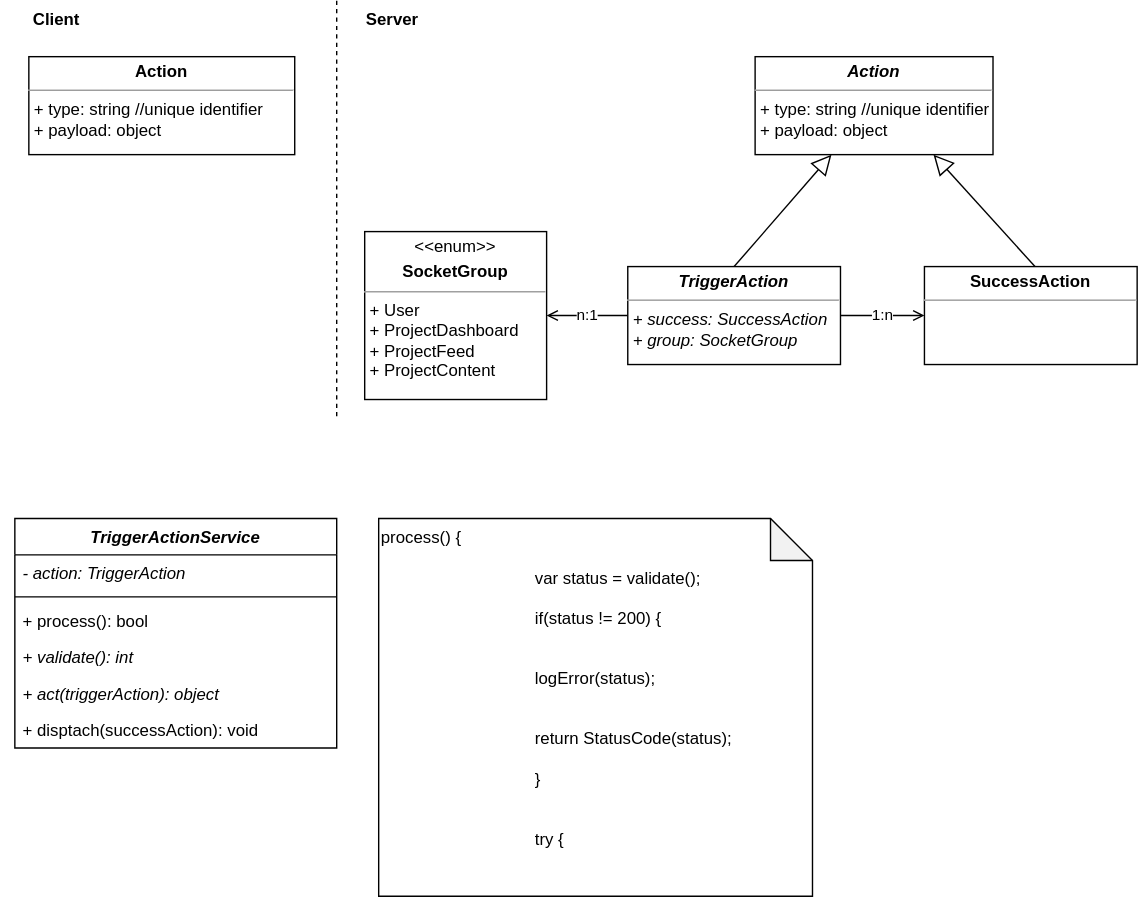
Before: draw-io-files/y-redux-socket-actions.svg, a diagram exported from draw.io (RStolzlechner/bachelor-y-redux-socket). Source tidied: cells renumbered, new cells last; positions are measured from the earlier drawing's top-left corner, leaving out a move shared by most shapes.
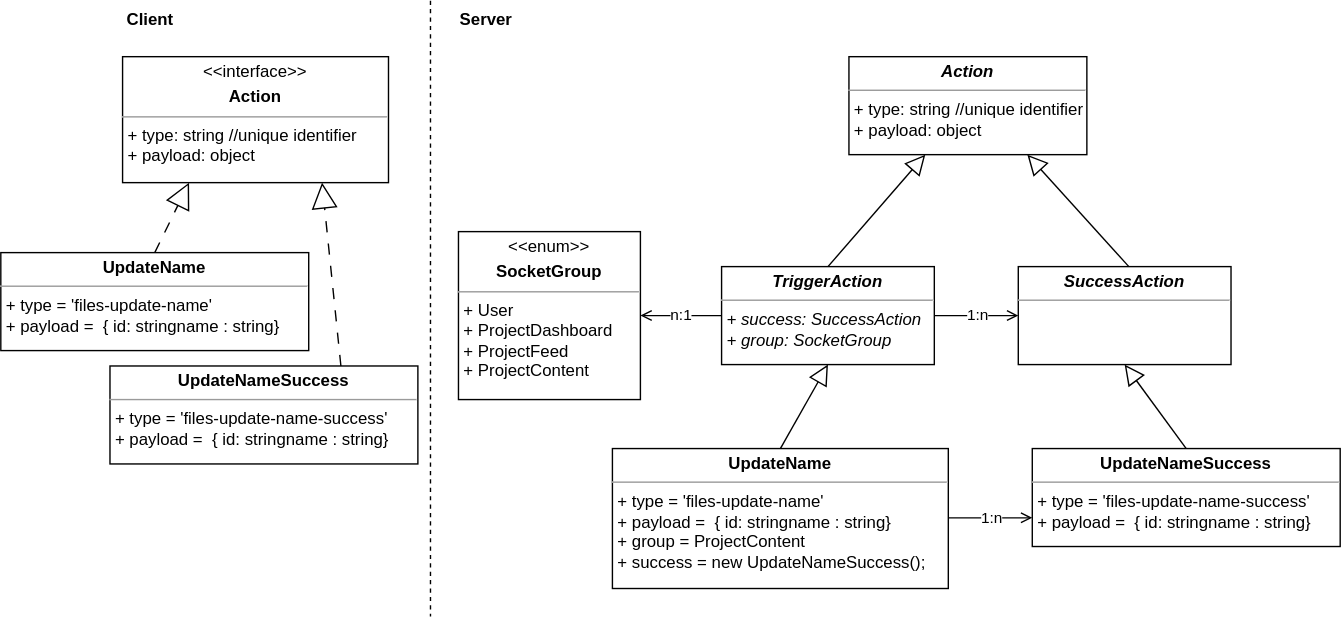
After the change.

The edit, as a diff of the source:
```diff
@@ -2,8 +2,8 @@
   <root>
     <mxCell id="0" />
     <mxCell id="1" parent="0" />
-    <mxCell id="2" value="&lt;p style=&quot;margin:0px;margin-top:4px;text-align:center;&quot;&gt;&lt;b&gt;Action&lt;/b&gt;&lt;/p&gt;&lt;hr size=&quot;1&quot;&gt;&lt;p style=&quot;margin:0px;margin-left:4px;&quot;&gt;+ type: string //unique identifier&lt;br&gt;+ payload: object&amp;nbsp;&lt;/p&gt;" style="verticalAlign=top;align=left;overflow=fill;fontSize=12;fontFamily=Helvetica;html=1;" parent="1" vertex="1">
-      <mxGeometry x="20" y="40" width="190" height="70" as="geometry" />
+    <mxCell id="2" value="&lt;p style=&quot;margin:0px;margin-top:4px;text-align:center;&quot;&gt;&amp;lt;&amp;lt;interface&amp;gt;&amp;gt;&lt;/p&gt;&lt;p style=&quot;margin:0px;margin-top:4px;text-align:center;&quot;&gt;&lt;b&gt;Action&lt;/b&gt;&lt;/p&gt;&lt;hr size=&quot;1&quot;&gt;&lt;p style=&quot;margin:0px;margin-left:4px;&quot;&gt;+ type: string //unique identifier&lt;br&gt;+ payload: object&amp;nbsp;&lt;/p&gt;" style="verticalAlign=top;align=left;overflow=fill;fontSize=12;fontFamily=Helvetica;html=1;" parent="1" vertex="1">
+      <mxGeometry x="20" y="40" width="190" height="90" as="geometry" />
     </mxCell>
     <mxCell id="3" value="&lt;p style=&quot;margin:0px;margin-top:4px;text-align:center;&quot;&gt;&lt;b&gt;&lt;i&gt;Action&lt;/i&gt;&lt;/b&gt;&lt;/p&gt;&lt;hr size=&quot;1&quot;&gt;&lt;p style=&quot;margin:0px;margin-left:4px;&quot;&gt;+ type: string //unique identifier&lt;br&gt;+ payload: object&amp;nbsp;&lt;/p&gt;" style="verticalAlign=top;align=left;overflow=fill;fontSize=12;fontFamily=Helvetica;html=1;" parent="1" vertex="1">
       <mxGeometry x="539" y="40" width="170" height="70" as="geometry" />
@@ -39,35 +39,41 @@
     <mxCell id="12" style="html=1;verticalAlign=bottom;endArrow=none;dashed=1;endSize=8;endFill=0;" parent="1" edge="1">
       <mxGeometry x="-0.06" y="20" relative="1" as="geometry">
         <mxPoint x="240" as="sourcePoint" />
-        <mxPoint x="240" y="300" as="targetPoint" />
+        <mxPoint x="240" y="440" as="targetPoint" />
       </mxGeometry>
     </mxCell>
-    <mxCell id="13" value="&lt;p style=&quot;margin:0px;margin-top:4px;text-align:center;&quot;&gt;&lt;b&gt;SuccessAction&lt;/b&gt;&lt;/p&gt;&lt;hr size=&quot;1&quot;&gt;&lt;p style=&quot;margin:0px;margin-left:4px;&quot;&gt;&lt;br&gt;&lt;/p&gt;" style="verticalAlign=top;align=left;overflow=fill;fontSize=12;fontFamily=Helvetica;html=1;" parent="1" vertex="1">
+    <mxCell id="13" value="&lt;p style=&quot;margin:0px;margin-top:4px;text-align:center;&quot;&gt;&lt;b&gt;&lt;i&gt;SuccessAction&lt;/i&gt;&lt;/b&gt;&lt;/p&gt;&lt;hr size=&quot;1&quot;&gt;&lt;p style=&quot;margin:0px;margin-left:4px;&quot;&gt;&lt;br&gt;&lt;/p&gt;" style="verticalAlign=top;align=left;overflow=fill;fontSize=12;fontFamily=Helvetica;html=1;" parent="1" vertex="1">
       <mxGeometry x="660" y="190" width="152" height="70" as="geometry" />
     </mxCell>
-    <mxCell id="14" value="TriggerActionService" style="swimlane;fontStyle=3;align=center;verticalAlign=top;horizontal=1;startSize=26;" parent="1" vertex="1">
-      <mxGeometry x="10" y="370" width="230" height="164" as="geometry" />
-    </mxCell>
-    <mxCell id="15" value="- action: TriggerAction" style="text;strokeColor=none;fillColor=none;align=left;verticalAlign=top;spacingLeft=4;spacingRight=4;overflow=hidden;fontStyle=2;" parent="14" vertex="1">
-      <mxGeometry y="26" width="230" height="26" as="geometry" />
-    </mxCell>
-    <mxCell id="16" style="line;strokeWidth=1;fillColor=none;align=left;verticalAlign=middle;spacingTop=-1;spacingLeft=3;spacingRight=3;labelPosition=right;strokeColor=inherit;" parent="14" vertex="1">
-      <mxGeometry y="52" width="230" height="8" as="geometry" />
-    </mxCell>
-    <mxCell id="17" value="+ process(): bool" style="text;strokeColor=none;fillColor=none;align=left;verticalAlign=top;spacingLeft=4;spacingRight=4;overflow=hidden;fontStyle=0;" parent="14" vertex="1">
-      <mxGeometry y="60" width="230" height="26" as="geometry" />
-    </mxCell>
-    <mxCell id="18" value="+ validate(): int" style="text;strokeColor=none;fillColor=none;align=left;verticalAlign=top;spacingLeft=4;spacingRight=4;overflow=hidden;fontStyle=2;" parent="14" vertex="1">
-      <mxGeometry y="86" width="230" height="26" as="geometry" />
-    </mxCell>
-    <mxCell id="19" value="+ act(triggerAction): object" style="text;strokeColor=none;fillColor=none;align=left;verticalAlign=top;spacingLeft=4;spacingRight=4;overflow=hidden;fontStyle=2;" parent="14" vertex="1">
-      <mxGeometry y="112" width="230" height="26" as="geometry" />
-    </mxCell>
-    <mxCell id="20" value="+ disptach(successAction): void" style="text;strokeColor=none;fillColor=none;align=left;verticalAlign=top;spacingLeft=4;spacingRight=4;overflow=hidden;fontStyle=0;" parent="14" vertex="1">
-      <mxGeometry y="138" width="230" height="26" as="geometry" />
-    </mxCell>
-    <mxCell id="21" value="process() {&lt;br&gt;&lt;span style=&quot;white-space: pre;&quot;&gt;&#9;&lt;/span&gt;var status = validate();&lt;br&gt;&lt;span style=&quot;white-space: pre;&quot;&gt;&#9;&lt;/span&gt;if(status != 200) {&lt;br&gt;&lt;span style=&quot;white-space: pre;&quot;&gt;&#9;&lt;/span&gt;&lt;span style=&quot;white-space: pre;&quot;&gt;&#9;&lt;/span&gt;logError(status);&lt;br&gt;&lt;span style=&quot;white-space: pre;&quot;&gt;&#9;&lt;/span&gt;&lt;span style=&quot;white-space: pre;&quot;&gt;&#9;&lt;/span&gt;return StatusCode(status);&lt;br&gt;&lt;span style=&quot;white-space: pre;&quot;&gt;&#9;&lt;/span&gt;}&lt;br&gt;&lt;br&gt;&lt;span style=&quot;white-space: pre;&quot;&gt;&#9;&lt;/span&gt;try {&lt;br&gt;&lt;span style=&quot;white-space: pre;&quot;&gt;&#9;&lt;span style=&quot;white-space: pre;&quot;&gt;&#9;&lt;/span&gt;va&lt;/span&gt;r payload = act(this.action);&lt;br&gt;&lt;span style=&quot;white-space: pre;&quot;&gt;&#9;&lt;/span&gt;&lt;span style=&quot;white-space: pre;&quot;&gt;&#9;&lt;/span&gt;this.action.success.payload = payload;&lt;br&gt;&lt;span style=&quot;white-space: pre;&quot;&gt;&#9;&lt;/span&gt;&lt;span style=&quot;white-space: pre;&quot;&gt;&#9;&lt;/span&gt;disptach(this.action.group, this.action.success);&lt;br&gt;&lt;span style=&quot;white-space: pre;&quot;&gt;&#9;&lt;/span&gt;&lt;span style=&quot;white-space: pre;&quot;&gt;&#9;&lt;/span&gt;return Ok(successAction.payload);&lt;br&gt;&lt;span style=&quot;white-space: pre;&quot;&gt;&#9;&lt;/span&gt;}&lt;br&gt;&lt;span style=&quot;white-space: pre;&quot;&gt;&#9;&lt;/span&gt;catch(e) {&lt;br&gt;&lt;span style=&quot;white-space: pre;&quot;&gt;&#9;&lt;/span&gt;&lt;span style=&quot;white-space: pre;&quot;&gt;&#9;&lt;/span&gt;logError(e);&lt;br&gt;&lt;span style=&quot;white-space: pre;&quot;&gt;&#9;&lt;/span&gt;&lt;span style=&quot;white-space: pre;&quot;&gt;&#9;&lt;/span&gt;return StatusCode(500);&lt;br&gt;&lt;span style=&quot;white-space: pre;&quot;&gt;&#9;&lt;/span&gt;}&lt;br&gt;}" style="shape=note;whiteSpace=wrap;html=1;backgroundOutline=1;darkOpacity=0.05;align=left;verticalAlign=top;" parent="1" vertex="1">
-      <mxGeometry x="270" y="370" width="310" height="270" as="geometry" />
-    </mxCell>
+    <mxCell id="22" value="&lt;p style=&quot;margin:0px;margin-top:4px;text-align:center;&quot;&gt;&lt;b style=&quot;background-color: initial;&quot;&gt;UpdateName&lt;/b&gt;&lt;br&gt;&lt;/p&gt;&lt;hr size=&quot;1&quot;&gt;&lt;p style=&quot;margin:0px;margin-left:4px;&quot;&gt;+ type = 'files-update-name'&lt;br&gt;+ payload =&amp;nbsp; { id: stringname : string}&lt;/p&gt;" style="verticalAlign=top;align=left;overflow=fill;fontSize=12;fontFamily=Helvetica;html=1;" parent="1" vertex="1">
+      <mxGeometry x="-67" y="180" width="220" height="70" as="geometry" />
+    </mxCell>
+    <mxCell id="23" value="&lt;p style=&quot;margin:0px;margin-top:4px;text-align:center;&quot;&gt;&lt;b style=&quot;background-color: initial;&quot;&gt;UpdateNameSuccess&lt;/b&gt;&lt;br&gt;&lt;/p&gt;&lt;hr size=&quot;1&quot;&gt;&lt;p style=&quot;margin:0px;margin-left:4px;&quot;&gt;+ type = 'files-update-name-success'&lt;br&gt;+ payload =&amp;nbsp; { id: stringname : string}&lt;/p&gt;" style="verticalAlign=top;align=left;overflow=fill;fontSize=12;fontFamily=Helvetica;html=1;" parent="1" vertex="1">
+      <mxGeometry x="11" y="261" width="220" height="70" as="geometry" />
+    </mxCell>
+    <mxCell id="24" style="endArrow=block;endSize=16;endFill=0;html=1;dashed=1;dashPattern=8 8;entryX=0.25;entryY=1;entryDx=0;entryDy=0;exitX=0.5;exitY=0;exitDx=0;exitDy=0;" parent="1" edge="1" source="22" target="2">
+      <mxGeometry relative="1" as="geometry" />
+    </mxCell>
+    <mxCell id="25" style="endArrow=block;endSize=16;endFill=0;html=1;dashed=1;dashPattern=8 8;entryX=0.75;entryY=1;entryDx=0;entryDy=0;exitX=0.75;exitY=0;exitDx=0;exitDy=0;" parent="1" edge="1" source="23" target="2">
+      <mxGeometry relative="1" as="geometry" />
+    </mxCell>
+    <mxCell id="26" value="&lt;p style=&quot;margin:0px;margin-top:4px;text-align:center;&quot;&gt;&lt;b style=&quot;background-color: initial;&quot;&gt;UpdateNameSuccess&lt;/b&gt;&lt;br&gt;&lt;/p&gt;&lt;hr size=&quot;1&quot;&gt;&lt;p style=&quot;margin:0px;margin-left:4px;&quot;&gt;+ type = 'files-update-name-success'&lt;br&gt;+ payload =&amp;nbsp; { id: stringname : string}&lt;/p&gt;" style="verticalAlign=top;align=left;overflow=fill;fontSize=12;fontFamily=Helvetica;html=1;" parent="1" vertex="1">
+      <mxGeometry x="670" y="320" width="220" height="70" as="geometry" />
+    </mxCell>
+    <mxCell id="27" style="endArrow=block;endFill=0;endSize=12;html=1;exitX=0.5;exitY=0;exitDx=0;exitDy=0;entryX=0.5;entryY=1;entryDx=0;entryDy=0;" parent="1" edge="1" source="26" target="13">
+      <mxGeometry relative="1" as="geometry" />
+    </mxCell>
+    <mxCell id="28" value="&lt;p style=&quot;margin:0px;margin-top:4px;text-align:center;&quot;&gt;&lt;b style=&quot;background-color: initial;&quot;&gt;UpdateName&lt;/b&gt;&lt;br&gt;&lt;/p&gt;&lt;hr size=&quot;1&quot;&gt;&lt;p style=&quot;margin:0px;margin-left:4px;&quot;&gt;+ type = 'files-update-name'&lt;br&gt;+ payload =&amp;nbsp; { id: stringname : string}&lt;/p&gt;&lt;p style=&quot;margin:0px;margin-left:4px;&quot;&gt;+ group = ProjectContent&lt;/p&gt;&lt;p style=&quot;margin:0px;margin-left:4px;&quot;&gt;+ success = new UpdateNameSuccess();&lt;/p&gt;" style="verticalAlign=top;align=left;overflow=fill;fontSize=12;fontFamily=Helvetica;html=1;" parent="1" vertex="1">
+      <mxGeometry x="370" y="320" width="240" height="100" as="geometry" />
+    </mxCell>
+    <mxCell id="29" style="endArrow=block;endFill=0;endSize=12;html=1;exitX=0.5;exitY=0;exitDx=0;exitDy=0;entryX=0.5;entryY=1;entryDx=0;entryDy=0;" parent="1" edge="1" source="28" target="6">
+      <mxGeometry relative="1" as="geometry" />
+    </mxCell>
+    <mxCell id="30" value="1:n" style="edgeStyle=none;html=1;exitX=1;exitY=0.5;exitDx=0;exitDy=0;entryX=0;entryY=0.5;entryDx=0;entryDy=0;endArrow=open;endFill=0;" parent="1" edge="1">
+      <mxGeometry relative="1" as="geometry">
+        <mxPoint x="610" y="369.5" as="sourcePoint" />
+        <mxPoint x="670" y="369.5" as="targetPoint" />
+      </mxGeometry>
+    </mxCell>
   </root>
 </mxGraphModel>
```
